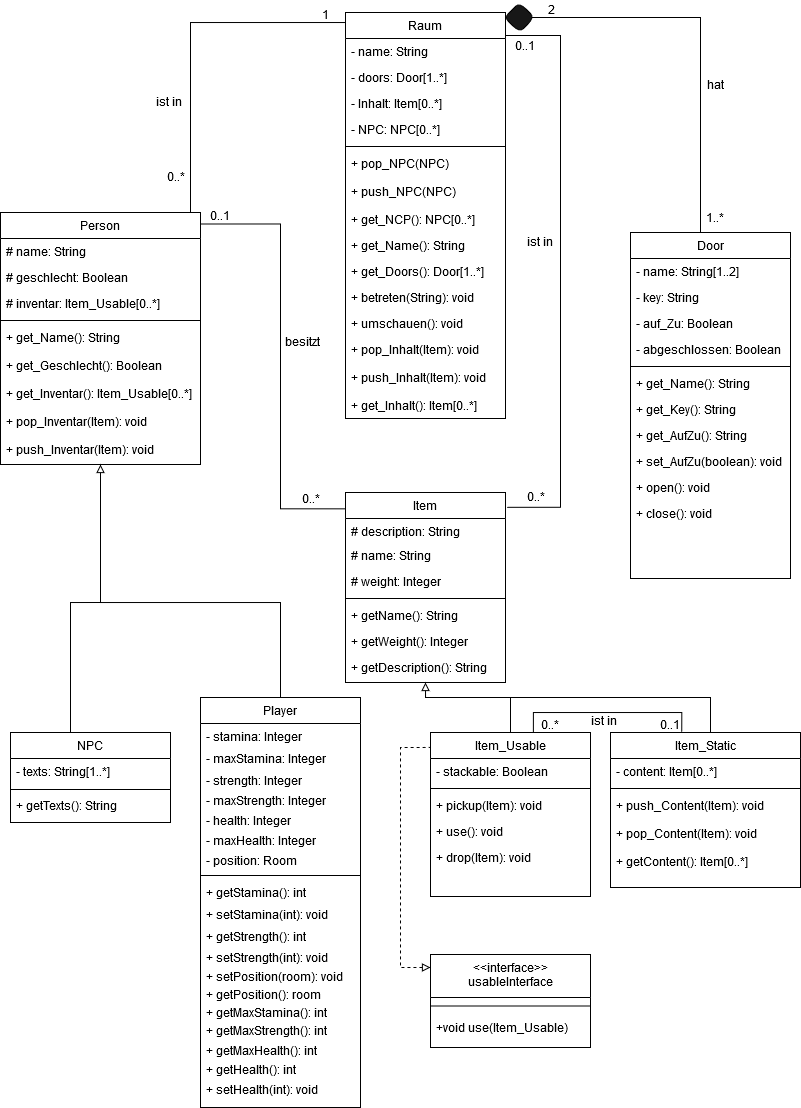
The draw.io diagram Klassendiagram.png in Elegond/AE-Text-Adventure, before a commit. Source tidied: cells renumbered, new cells last; positions are measured from the earlier drawing's top-left corner, leaving out a move shared by most shapes.
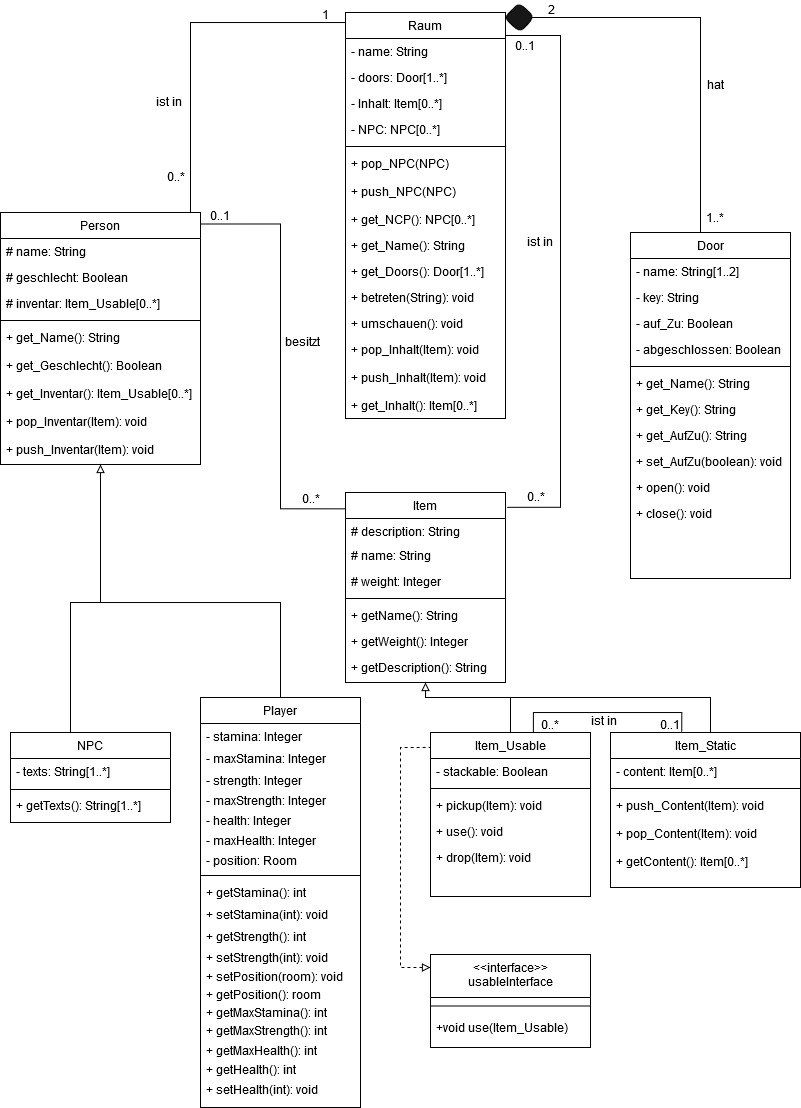
The same file after the commit.

Change to the diagram source:
```diff
@@ -287,7 +287,7 @@
     <mxCell id="82" style="line;html=1;strokeWidth=1;align=left;verticalAlign=middle;spacingTop=-1;spacingLeft=3;spacingRight=3;labelPosition=right;" parent="80" vertex="1">
       <mxGeometry y="54" width="160" height="6" as="geometry" />
     </mxCell>
-    <mxCell id="83" value="+ getTexts(): String" style="text;align=left;verticalAlign=top;spacingLeft=4;spacingRight=4;overflow=hidden;" parent="80" vertex="1">
+    <mxCell id="83" value="+ getTexts(): String[1..*]" style="text;align=left;verticalAlign=top;spacingLeft=4;spacingRight=4;overflow=hidden;" parent="80" vertex="1">
       <mxGeometry y="60" width="160" height="28" as="geometry" />
     </mxCell>
     <mxCell id="84" style="edgeStyle=orthogonalEdgeStyle;rounded=0;jettySize=auto;html=1;endArrow=none;endFill=0;exitX=0.643;exitY=-0.001;exitDx=0;exitDy=0;exitPerimeter=0;entryX=0.375;entryY=-0.004;entryDx=0;entryDy=0;entryPerimeter=0;" parent="1" edge="1" source="47" target="40">
```
